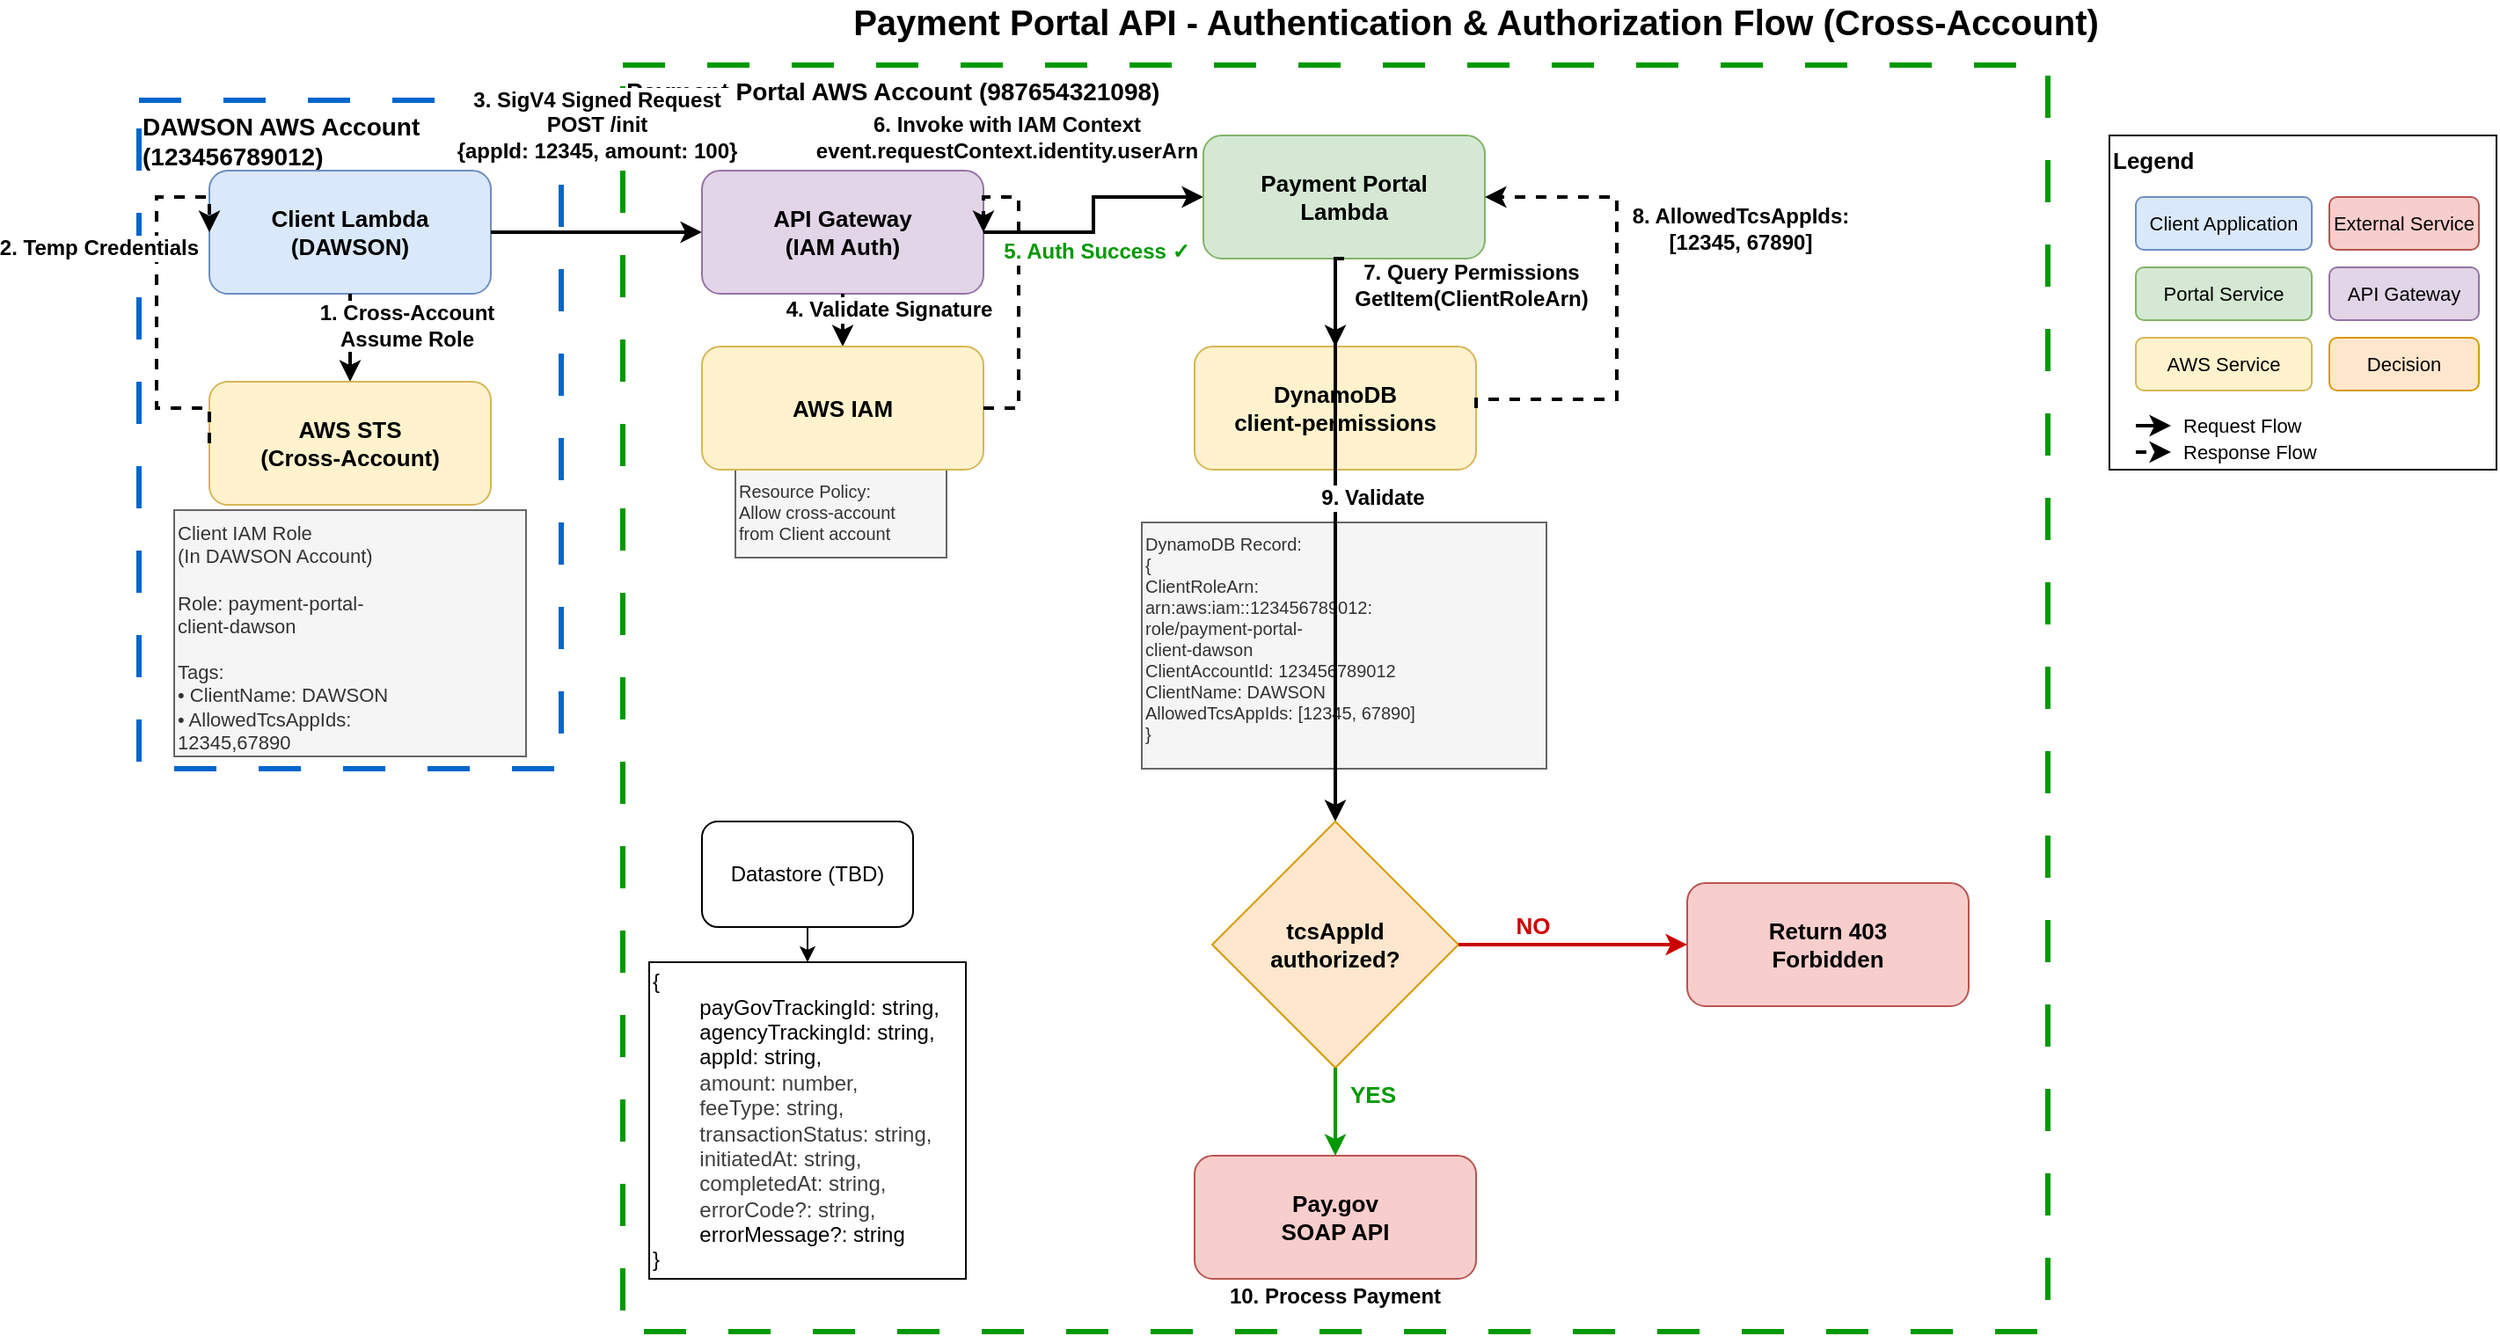
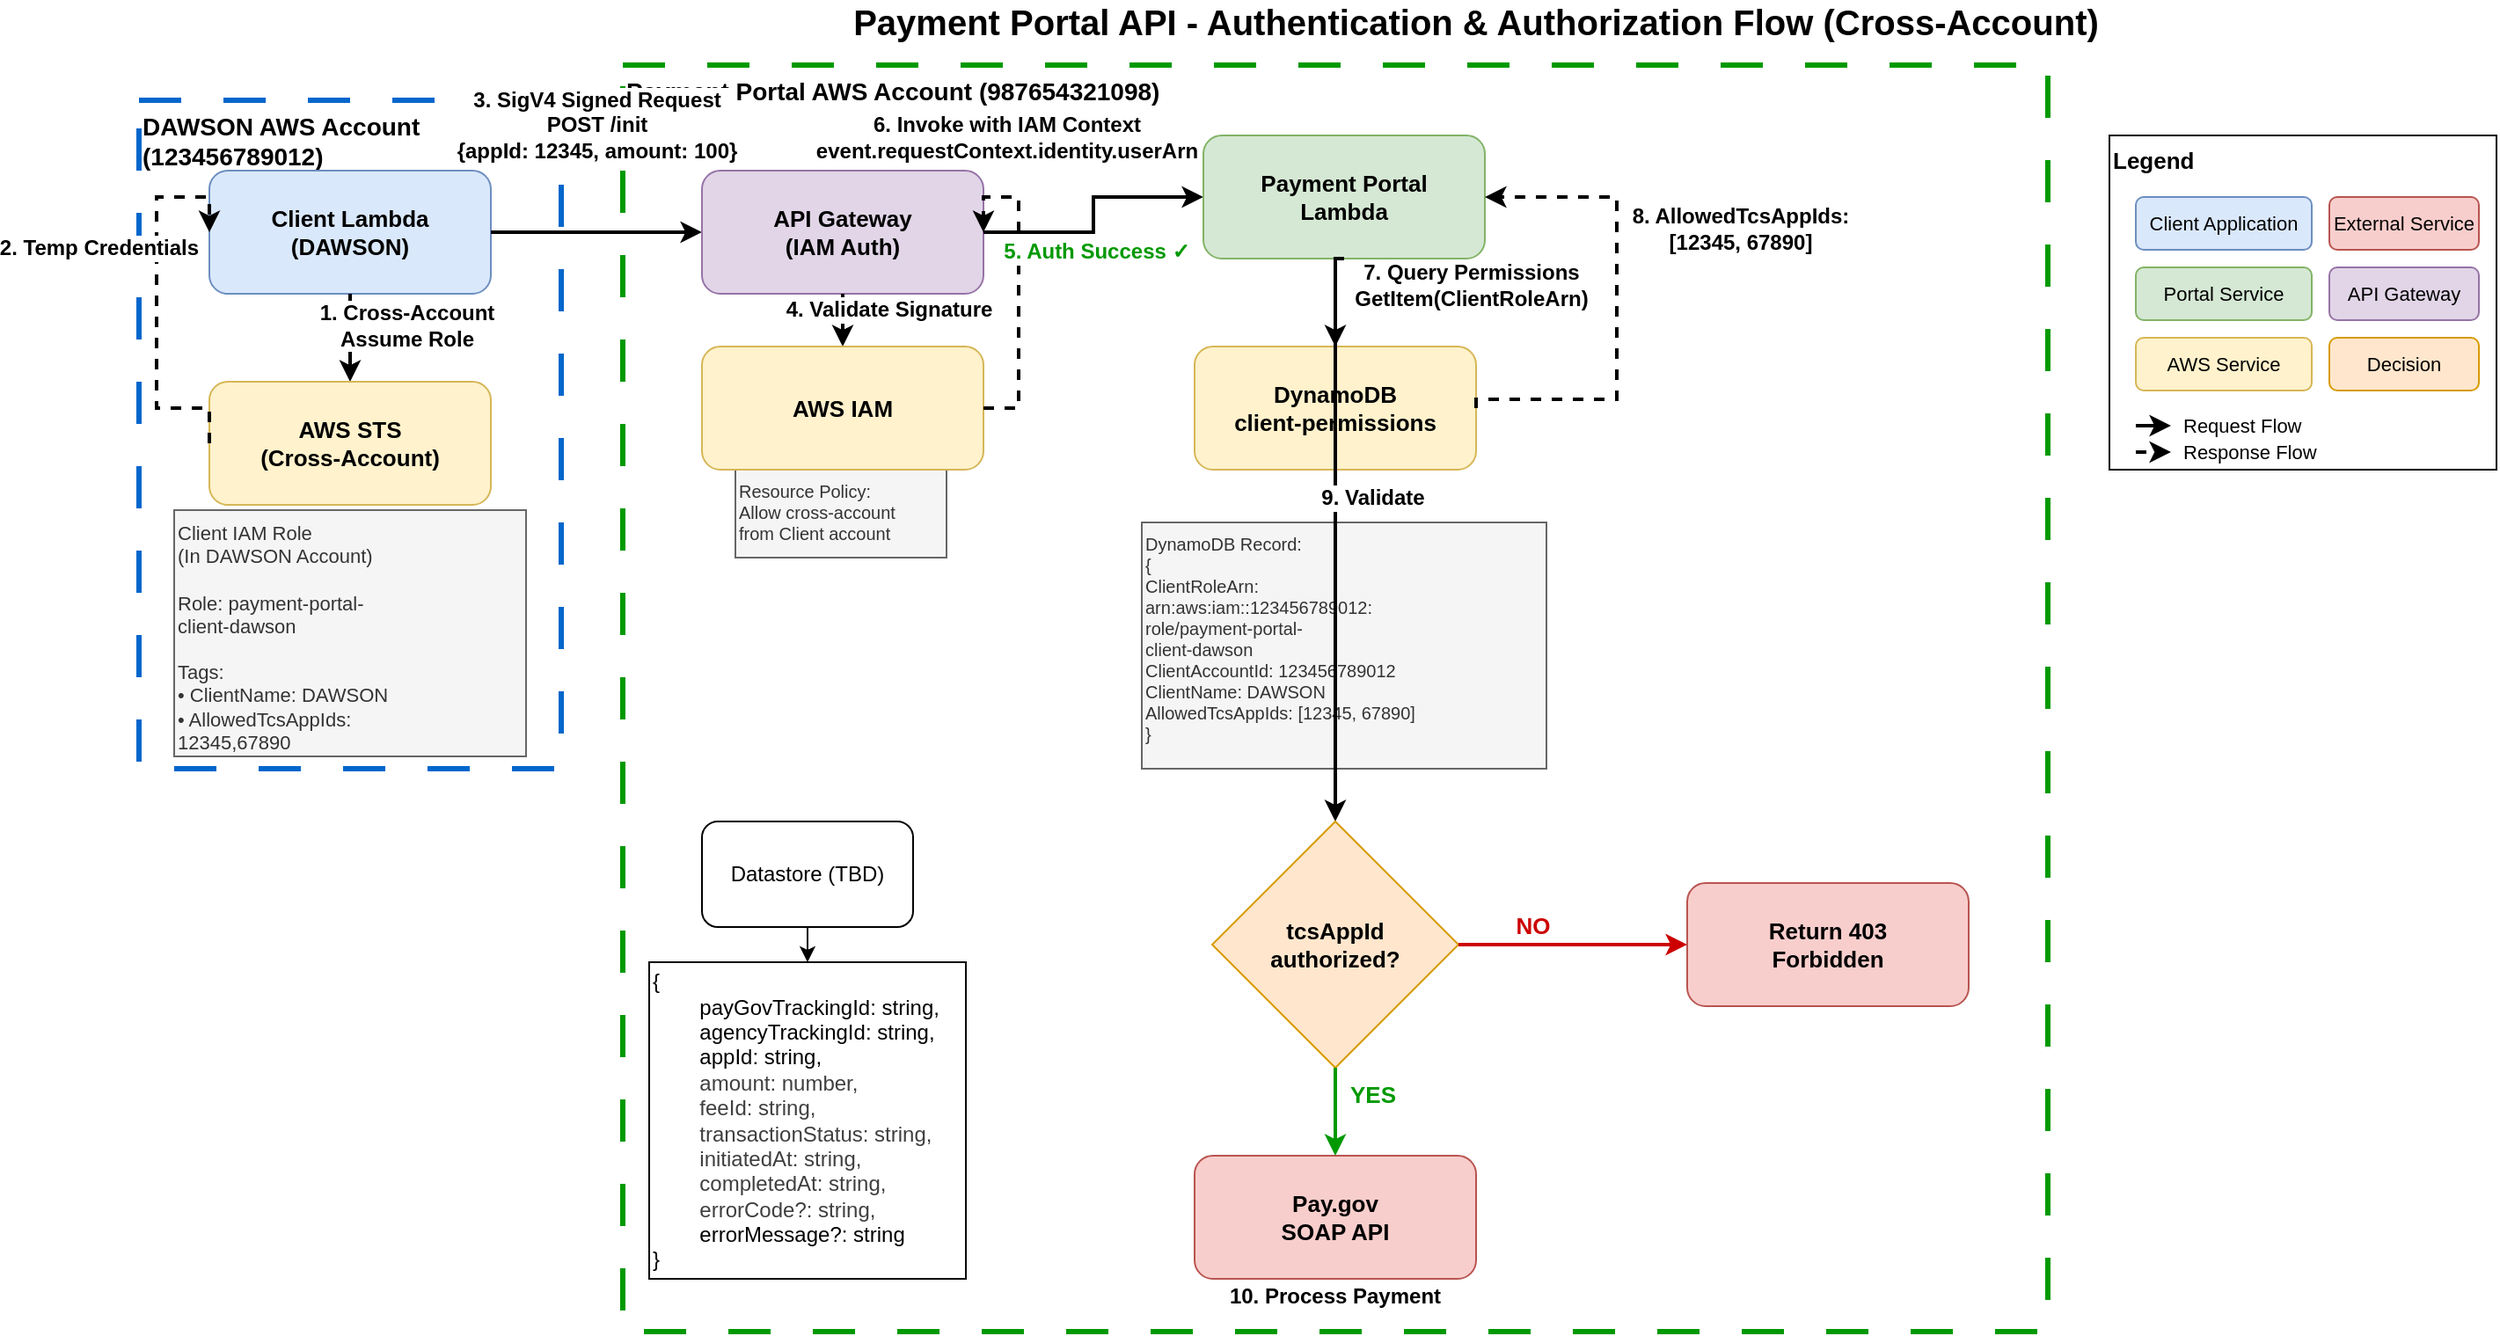
<mxfile host="65bd71144e">
    <diagram name="Authentication and Authorization Flow" id="auth-flow">
-         <mxGraphModel dx="2290" dy="565" grid="1" gridSize="10" guides="1" tooltips="1" connect="1" arrows="1" fold="1" page="1" pageScale="1" pageWidth="1400" pageHeight="900" math="0" shadow="0">
+         <mxGraphModel dx="1885" dy="410" grid="1" gridSize="10" guides="1" tooltips="1" connect="1" arrows="1" fold="1" page="1" pageScale="1" pageWidth="1400" pageHeight="900" math="0" shadow="0">
            <root>
                <mxCell id="0"/>
                <mxCell id="1" parent="0"/>
                <mxCell id="title" value="Payment Portal API - Authentication &amp; Authorization Flow (Cross-Account)" style="text;html=1;strokeColor=none;fillColor=none;align=center;verticalAlign=middle;whiteSpace=wrap;rounded=0;fontSize=20;fontStyle=1" parent="1" vertex="1">
                    <mxGeometry x="400" y="10" width="760" height="10" as="geometry"/>
                </mxCell>
                <mxCell id="dawson-account-boundary" value="DAWSON AWS Account (123456789012)" style="rounded=0;whiteSpace=wrap;html=1;fillColor=none;strokeColor=#0066CC;fontSize=14;fontStyle=1;align=left;verticalAlign=top;dashed=1;dashPattern=8 8;strokeWidth=3;" parent="1" vertex="1">
                    <mxGeometry x="20" y="60" width="240" height="380" as="geometry"/>
                </mxCell>
                <mxCell id="portal-account-boundary" value="Payment Portal AWS Account (987654321098)" style="rounded=0;whiteSpace=wrap;html=1;fillColor=none;strokeColor=#009900;fontSize=14;fontStyle=1;align=left;verticalAlign=top;dashed=1;dashPattern=8 8;strokeWidth=3;" parent="1" vertex="1">
                    <mxGeometry x="295" y="40" width="810" height="720" as="geometry"/>
                </mxCell>
                <mxCell id="client-lambda" value="Client Lambda&#xa;(DAWSON)" style="rounded=1;whiteSpace=wrap;html=1;fillColor=#dae8fc;strokeColor=#6c8ebf;fontSize=13;fontStyle=1;verticalAlign=middle;" parent="1" vertex="1">
                    <mxGeometry x="60" y="100" width="160" height="70" as="geometry"/>
                </mxCell>
                <mxCell id="step1-arrow" style="edgeStyle=orthogonalEdgeStyle;rounded=0;orthogonalLoop=1;jettySize=auto;html=1;strokeWidth=2;entryX=0.5;entryY=0;entryDx=0;entryDy=0;" parent="1" source="client-lambda" target="sts" edge="1">
                    <mxGeometry relative="1" as="geometry"/>
                </mxCell>
                <mxCell id="step1-label" value="1. Cross-Account&#xa;Assume Role" style="edgeLabel;html=1;align=center;verticalAlign=middle;resizable=0;points=[];fontSize=12;fontStyle=1;labelBackgroundColor=#ffffff;" parent="step1-arrow" vertex="1" connectable="0">
                    <mxGeometry x="-0.1" y="2" relative="1" as="geometry">
                        <mxPoint x="30" y="-5" as="offset"/>
                    </mxGeometry>
                </mxCell>
                <mxCell id="sts" value="AWS STS&#xa;(Cross-Account)" style="rounded=1;whiteSpace=wrap;html=1;fillColor=#fff2cc;strokeColor=#d6b656;fontSize=13;fontStyle=1;verticalAlign=middle;" parent="1" vertex="1">
                    <mxGeometry x="60" y="220" width="160" height="70" as="geometry"/>
                </mxCell>
                <mxCell id="step2-arrow" style="edgeStyle=orthogonalEdgeStyle;rounded=0;orthogonalLoop=1;jettySize=auto;html=1;strokeWidth=2;dashed=1;exitX=0;exitY=0.5;exitDx=0;exitDy=0;entryX=0;entryY=0.5;entryDx=0;entryDy=0;" parent="1" source="sts" target="client-lambda" edge="1">
                    <mxGeometry relative="1" as="geometry">
                        <Array as="points">
                            <mxPoint x="30" y="235"/>
                            <mxPoint x="30" y="115"/>
                        </Array>
                    </mxGeometry>
                </mxCell>
                <mxCell id="step2-label" value="2. Temp Credentials" style="edgeLabel;html=1;align=center;verticalAlign=middle;resizable=0;points=[];fontSize=12;fontStyle=1;labelBackgroundColor=#ffffff;" parent="step2-arrow" vertex="1" connectable="0">
                    <mxGeometry x="0.1" y="-2" relative="1" as="geometry">
                        <mxPoint x="-35" y="-20" as="offset"/>
                    </mxGeometry>
                </mxCell>
                <mxCell id="iam-role-box" value="Client IAM Role&#xa;(In DAWSON Account)&#xa;&#xa;Role: payment-portal-&#xa;client-dawson&#xa;&#xa;Tags:&#xa;• ClientName: DAWSON&#xa;• AllowedTcsAppIds:&#xa;  12345,67890" style="rounded=0;whiteSpace=wrap;html=1;fillColor=#f5f5f5;strokeColor=#666666;fontSize=11;align=left;verticalAlign=top;fontColor=#333333;" parent="1" vertex="1">
                    <mxGeometry x="40" y="293" width="200" height="140" as="geometry"/>
                </mxCell>
                <mxCell id="step3-arrow" style="edgeStyle=orthogonalEdgeStyle;rounded=0;orthogonalLoop=1;jettySize=auto;html=1;strokeWidth=2;exitX=1;exitY=0.5;exitDx=0;exitDy=0;entryX=0;entryY=0.5;entryDx=0;entryDy=0;" parent="1" source="client-lambda" target="api-gateway" edge="1">
                    <mxGeometry relative="1" as="geometry"/>
                </mxCell>
                <mxCell id="step3-label" value="3. SigV4 Signed Request&#xa;POST /init&#xa;{appId: 12345, amount: 100}" style="edgeLabel;html=1;align=center;verticalAlign=middle;resizable=0;points=[];fontSize=12;fontStyle=1;labelBackgroundColor=#ffffff;" parent="step3-arrow" vertex="1" connectable="0">
                    <mxGeometry x="-0.05" y="2" relative="1" as="geometry">
                        <mxPoint x="3" y="-59" as="offset"/>
                    </mxGeometry>
                </mxCell>
                <mxCell id="api-gateway" value="API Gateway&#xa;(IAM Auth)" style="rounded=1;whiteSpace=wrap;html=1;fillColor=#e1d5e7;strokeColor=#9673a6;fontSize=13;fontStyle=1;verticalAlign=middle;" parent="1" vertex="1">
                    <mxGeometry x="340" y="100" width="160" height="70" as="geometry"/>
                </mxCell>
                <mxCell id="api-gateway-policy" value="Resource Policy:&lt;br&gt;Allow cross-account&lt;br&gt;from Client account" style="rounded=0;whiteSpace=wrap;html=1;fillColor=#f5f5f5;strokeColor=#666666;fontSize=10;align=left;verticalAlign=top;fontColor=#333333;" parent="1" vertex="1">
                    <mxGeometry x="359" y="270" width="120" height="50" as="geometry"/>
                </mxCell>
                <mxCell id="step4-arrow" style="edgeStyle=orthogonalEdgeStyle;rounded=0;orthogonalLoop=1;jettySize=auto;html=1;strokeWidth=2;exitX=0.5;exitY=1;exitDx=0;exitDy=0;entryX=0.5;entryY=0;entryDx=0;entryDy=0;" parent="1" source="api-gateway" target="iam-service" edge="1">
                    <mxGeometry relative="1" as="geometry"/>
                </mxCell>
                <mxCell id="step4-label" value="4. Validate Signature" style="edgeLabel;html=1;align=center;verticalAlign=middle;resizable=0;points=[];fontSize=12;fontStyle=1;labelBackgroundColor=#ffffff;" parent="step4-arrow" vertex="1" connectable="0">
                    <mxGeometry x="-0.1" y="1" relative="1" as="geometry">
                        <mxPoint x="25" y="-5" as="offset"/>
                    </mxGeometry>
                </mxCell>
                <mxCell id="iam-service" value="AWS IAM" style="rounded=1;whiteSpace=wrap;html=1;fillColor=#fff2cc;strokeColor=#d6b656;fontSize=13;fontStyle=1;verticalAlign=middle;" parent="1" vertex="1">
                    <mxGeometry x="340" y="200" width="160" height="70" as="geometry"/>
                </mxCell>
                <mxCell id="step5-arrow" style="edgeStyle=orthogonalEdgeStyle;rounded=0;orthogonalLoop=1;jettySize=auto;html=1;strokeWidth=2;dashed=1;exitX=1;exitY=0.5;exitDx=0;exitDy=0;entryX=1;entryY=0.5;entryDx=0;entryDy=0;" parent="1" source="iam-service" target="api-gateway" edge="1">
                    <mxGeometry relative="1" as="geometry">
                        <Array as="points">
                            <mxPoint x="520" y="235"/>
                            <mxPoint x="520" y="115"/>
                        </Array>
                    </mxGeometry>
                </mxCell>
                <mxCell id="step5-label" value="5. Auth Success ✓" style="edgeLabel;html=1;align=center;verticalAlign=middle;resizable=0;points=[];fontSize=12;fontStyle=1;fontColor=#009900;labelBackgroundColor=#ffffff;" parent="step5-arrow" vertex="1" connectable="0">
                    <mxGeometry x="0.15" y="1" relative="1" as="geometry">
                        <mxPoint x="45" y="-6" as="offset"/>
                    </mxGeometry>
                </mxCell>
                <mxCell id="step6-arrow" style="edgeStyle=orthogonalEdgeStyle;rounded=0;orthogonalLoop=1;jettySize=auto;html=1;strokeWidth=2;exitX=1;exitY=0.5;exitDx=0;exitDy=0;entryX=0;entryY=0.5;entryDx=0;entryDy=0;" parent="1" source="api-gateway" target="portal-lambda" edge="1">
                    <mxGeometry relative="1" as="geometry"/>
                </mxCell>
                <mxCell id="step6-label" value="6. Invoke with IAM Context&#xa;event.requestContext.identity.userArn" style="edgeLabel;html=1;align=center;verticalAlign=middle;resizable=0;points=[];fontSize=12;fontStyle=1;labelBackgroundColor=#ffffff;" parent="step6-arrow" vertex="1" connectable="0">
                    <mxGeometry x="-0.05" y="2" relative="1" as="geometry">
                        <mxPoint x="-48" y="-48" as="offset"/>
                    </mxGeometry>
                </mxCell>
                <mxCell id="portal-lambda" value="Payment Portal&#xa;Lambda" style="rounded=1;whiteSpace=wrap;html=1;fillColor=#d5e8d4;strokeColor=#82b366;fontSize=13;fontStyle=1;verticalAlign=middle;" parent="1" vertex="1">
                    <mxGeometry x="625" y="80" width="160" height="70" as="geometry"/>
                </mxCell>
                <mxCell id="step7-arrow" style="edgeStyle=orthogonalEdgeStyle;rounded=0;orthogonalLoop=1;jettySize=auto;html=1;strokeWidth=2;exitX=0.5;exitY=1;exitDx=0;exitDy=0;entryX=0.5;entryY=0;entryDx=0;entryDy=0;" parent="1" source="portal-lambda" target="dynamodb" edge="1">
                    <mxGeometry relative="1" as="geometry">
                        <Array as="points">
                            <mxPoint x="700" y="150"/>
                        </Array>
                    </mxGeometry>
                </mxCell>
                <mxCell id="step7-label" value="7. Query Permissions&#xa;GetItem(ClientRoleArn)" style="edgeLabel;html=1;align=center;verticalAlign=middle;resizable=0;points=[];fontSize=12;fontStyle=1;labelBackgroundColor=#ffffff;" parent="step7-arrow" vertex="1" connectable="0">
                    <mxGeometry x="-0.1" y="2" relative="1" as="geometry">
                        <mxPoint x="75" y="-5" as="offset"/>
                    </mxGeometry>
                </mxCell>
                <mxCell id="dynamodb" value="DynamoDB&#xa;client-permissions" style="rounded=1;whiteSpace=wrap;html=1;fillColor=#fff2cc;strokeColor=#d6b656;fontSize=13;fontStyle=1;verticalAlign=middle;" parent="1" vertex="1">
                    <mxGeometry x="620" y="200" width="160" height="70" as="geometry"/>
                </mxCell>
                <mxCell id="step8-arrow" style="edgeStyle=orthogonalEdgeStyle;rounded=0;orthogonalLoop=1;jettySize=auto;html=1;strokeWidth=2;dashed=1;exitX=1;exitY=0.5;exitDx=0;exitDy=0;entryX=1;entryY=0.5;entryDx=0;entryDy=0;" parent="1" source="dynamodb" target="portal-lambda" edge="1">
                    <mxGeometry relative="1" as="geometry">
                        <Array as="points">
                            <mxPoint x="780" y="230"/>
                            <mxPoint x="860" y="230"/>
                            <mxPoint x="860" y="115"/>
                        </Array>
                    </mxGeometry>
                </mxCell>
                <mxCell id="step8-label" value="8. AllowedTcsAppIds:&#xa;[12345, 67890]" style="edgeLabel;html=1;align=center;verticalAlign=middle;resizable=0;points=[];fontSize=12;fontStyle=1;labelBackgroundColor=#ffffff;" parent="step8-arrow" vertex="1" connectable="0">
                    <mxGeometry x="0.15" y="1" relative="1" as="geometry">
                        <mxPoint x="71" y="-24" as="offset"/>
                    </mxGeometry>
                </mxCell>
                <mxCell id="dynamodb-details" value="DynamoDB Record:&#xa;{&#xa;  ClientRoleArn:&#xa;    arn:aws:iam::123456789012:&#xa;    role/payment-portal-&#xa;    client-dawson&#xa;  ClientAccountId: 123456789012&#xa;  ClientName: DAWSON&#xa;  AllowedTcsAppIds: [12345, 67890]&#xa;}" style="rounded=0;whiteSpace=wrap;html=1;fillColor=#f5f5f5;strokeColor=#666666;fontSize=10;align=left;verticalAlign=top;fontColor=#333333;" parent="1" vertex="1">
                    <mxGeometry x="590" y="300" width="230" height="140" as="geometry"/>
                </mxCell>
                <mxCell id="step9-arrow" style="edgeStyle=orthogonalEdgeStyle;rounded=0;orthogonalLoop=1;jettySize=auto;html=1;strokeWidth=2;exitX=0.5;exitY=1;exitDx=0;exitDy=0;entryX=0.5;entryY=0;entryDx=0;entryDy=0;" parent="1" edge="1">
                    <mxGeometry relative="1" as="geometry">
                        <Array as="points">
                            <mxPoint x="700" y="150"/>
                        </Array>
                        <mxPoint x="705" y="150" as="sourcePoint"/>
                        <mxPoint x="700" y="470" as="targetPoint"/>
                    </mxGeometry>
                </mxCell>
                <mxCell id="step9-label" value="9. Validate" style="edgeLabel;html=1;align=center;verticalAlign=middle;resizable=0;points=[];fontSize=12;fontStyle=1;labelBackgroundColor=#ffffff;" parent="step9-arrow" vertex="1" connectable="0">
                    <mxGeometry x="-0.75" y="1" relative="1" as="geometry">
                        <mxPoint x="20" y="100" as="offset"/>
                    </mxGeometry>
                </mxCell>
                <mxCell id="decision" value="tcsAppId&#xa;authorized?" style="rhombus;whiteSpace=wrap;html=1;fillColor=#ffe6cc;strokeColor=#d79b00;fontSize=13;fontStyle=1" parent="1" vertex="1">
                    <mxGeometry x="630" y="470" width="140" height="140" as="geometry"/>
                </mxCell>
                <mxCell id="paygov" value="Pay.gov&#xa;SOAP API" style="rounded=1;whiteSpace=wrap;html=1;fillColor=#f8cecc;strokeColor=#b85450;fontSize=13;fontStyle=1;verticalAlign=middle;" parent="1" vertex="1">
                    <mxGeometry x="620" y="660" width="160" height="70" as="geometry"/>
                </mxCell>
                <mxCell id="yes-arrow" style="edgeStyle=orthogonalEdgeStyle;rounded=0;orthogonalLoop=1;jettySize=auto;html=1;strokeWidth=2;strokeColor=#009900;exitX=0.5;exitY=1;exitDx=0;exitDy=0;entryX=0.5;entryY=0;entryDx=0;entryDy=0;" parent="1" source="decision" target="paygov" edge="1">
                    <mxGeometry relative="1" as="geometry"/>
                </mxCell>
                <mxCell id="yes-label" value="YES" style="edgeLabel;html=1;align=center;verticalAlign=middle;resizable=0;points=[];fontSize=13;fontStyle=1;fontColor=#009900;labelBackgroundColor=#ffffff;" parent="yes-arrow" vertex="1" connectable="0">
                    <mxGeometry x="-0.2" y="1" relative="1" as="geometry">
                        <mxPoint x="20" y="-5" as="offset"/>
                    </mxGeometry>
                </mxCell>
                <mxCell id="forbidden" value="Return 403&#xa;Forbidden" style="rounded=1;whiteSpace=wrap;html=1;fillColor=#f8cecc;strokeColor=#b85450;fontSize=13;fontStyle=1;verticalAlign=middle;" parent="1" vertex="1">
                    <mxGeometry x="900" y="505" width="160" height="70" as="geometry"/>
                </mxCell>
                <mxCell id="no-arrow" style="edgeStyle=orthogonalEdgeStyle;rounded=0;orthogonalLoop=1;jettySize=auto;html=1;strokeWidth=2;strokeColor=#CC0000;exitX=1;exitY=0.5;exitDx=0;exitDy=0;entryX=0;entryY=0.5;entryDx=0;entryDy=0;" parent="1" source="decision" target="forbidden" edge="1">
                    <mxGeometry relative="1" as="geometry"/>
                </mxCell>
                <mxCell id="no-label" value="NO" style="edgeLabel;html=1;align=center;verticalAlign=middle;resizable=0;points=[];fontSize=13;fontStyle=1;fontColor=#CC0000;labelBackgroundColor=#ffffff;" parent="no-arrow" vertex="1" connectable="0">
                    <mxGeometry x="-0.2" y="1" relative="1" as="geometry">
                        <mxPoint x="-10" y="-10" as="offset"/>
                    </mxGeometry>
                </mxCell>
                <mxCell id="step10-label" value="10. Process Payment" style="text;html=1;strokeColor=none;fillColor=none;align=center;verticalAlign=middle;whiteSpace=wrap;rounded=0;fontSize=12;fontStyle=1" parent="1" vertex="1">
                    <mxGeometry x="620" y="725" width="160" height="30" as="geometry"/>
                </mxCell>
                <mxCell id="legend-box" value="Legend" style="rounded=0;whiteSpace=wrap;html=1;fillColor=#ffffff;strokeColor=#000000;fontSize=13;fontStyle=1;align=left;verticalAlign=top" parent="1" vertex="1">
                    <mxGeometry x="1140" y="80" width="220" height="190" as="geometry"/>
                </mxCell>
                <mxCell id="legend-client" value="Client Application" style="rounded=1;whiteSpace=wrap;html=1;fillColor=#dae8fc;strokeColor=#6c8ebf;fontSize=11;verticalAlign=middle;" parent="1" vertex="1">
                    <mxGeometry x="1155" y="115" width="100" height="30" as="geometry"/>
                </mxCell>
                <mxCell id="legend-portal" value="Portal Service" style="rounded=1;whiteSpace=wrap;html=1;fillColor=#d5e8d4;strokeColor=#82b366;fontSize=11;verticalAlign=middle;" parent="1" vertex="1">
                    <mxGeometry x="1155" y="155" width="100" height="30" as="geometry"/>
                </mxCell>
                <mxCell id="legend-aws" value="AWS Service" style="rounded=1;whiteSpace=wrap;html=1;fillColor=#fff2cc;strokeColor=#d6b656;fontSize=11;verticalAlign=middle;" parent="1" vertex="1">
                    <mxGeometry x="1155" y="195" width="100" height="30" as="geometry"/>
                </mxCell>
                <mxCell id="legend-external" value="External Service" style="rounded=1;whiteSpace=wrap;html=1;fillColor=#f8cecc;strokeColor=#b85450;fontSize=11;verticalAlign=middle;" parent="1" vertex="1">
                    <mxGeometry x="1265" y="115" width="85" height="30" as="geometry"/>
                </mxCell>
                <mxCell id="legend-gateway" value="API Gateway" style="rounded=1;whiteSpace=wrap;html=1;fillColor=#e1d5e7;strokeColor=#9673a6;fontSize=11;verticalAlign=middle;" parent="1" vertex="1">
                    <mxGeometry x="1265" y="155" width="85" height="30" as="geometry"/>
                </mxCell>
                <mxCell id="legend-decision" value="Decision" style="rounded=1;whiteSpace=wrap;html=1;fillColor=#ffe6cc;strokeColor=#d79b00;fontSize=11;verticalAlign=middle;" parent="1" vertex="1">
                    <mxGeometry x="1265" y="195" width="85" height="30" as="geometry"/>
                </mxCell>
                <mxCell id="legend-solid" value="Request Flow" style="text;html=1;strokeColor=none;fillColor=none;align=left;verticalAlign=middle;whiteSpace=wrap;rounded=0;fontSize=11;" parent="1" vertex="1">
                    <mxGeometry x="1180" y="235" width="100" height="20" as="geometry"/>
                </mxCell>
                <mxCell id="legend-solid-line" value="" style="endArrow=classic;html=1;strokeWidth=2;fontSize=11;" parent="1" edge="1">
                    <mxGeometry width="50" height="50" relative="1" as="geometry">
                        <mxPoint x="1155" y="245" as="sourcePoint"/>
                        <mxPoint x="1175" y="245" as="targetPoint"/>
                    </mxGeometry>
                </mxCell>
                <mxCell id="legend-dashed" value="Response Flow" style="text;html=1;strokeColor=none;fillColor=none;align=left;verticalAlign=middle;whiteSpace=wrap;rounded=0;fontSize=11;" parent="1" vertex="1">
                    <mxGeometry x="1180" y="250" width="100" height="20" as="geometry"/>
                </mxCell>
                <mxCell id="legend-dashed-line" value="" style="endArrow=classic;html=1;strokeWidth=2;dashed=1;fontSize=11;" parent="1" edge="1">
                    <mxGeometry width="50" height="50" relative="1" as="geometry">
                        <mxPoint x="1155" y="260" as="sourcePoint"/>
                        <mxPoint x="1175" y="260" as="targetPoint"/>
                    </mxGeometry>
                </mxCell>
                <mxCell id="4" style="edgeStyle=none;html=1;" parent="1" source="2" target="3" edge="1">
                    <mxGeometry relative="1" as="geometry"/>
                </mxCell>
                <mxCell id="2" value="Datastore (TBD)" style="rounded=1;whiteSpace=wrap;html=1;" parent="1" vertex="1">
                    <mxGeometry x="340" y="470" width="120" height="60" as="geometry"/>
                </mxCell>
-                 <mxCell id="3" value="{&lt;div&gt;&lt;span style=&quot;white-space: pre;&quot;&gt;&#x9;&lt;/span&gt;payGovTrackingId: string,&lt;br&gt;&lt;/div&gt;&lt;div&gt;&lt;span style=&quot;white-space: pre;&quot;&gt;&#x9;&lt;/span&gt;agencyTrackingId: string,&lt;br&gt;&lt;/div&gt;&lt;div&gt;&lt;span style=&quot;white-space: pre;&quot;&gt;&#x9;&lt;/span&gt;appId: string,&lt;br&gt;&lt;/div&gt;&lt;div&gt;&lt;span style=&quot;color: rgb(63, 63, 63); background-color: transparent; white-space: pre;&quot;&gt;&lt;span style=&quot;white-space: pre;&quot;&gt;&#x9;&lt;/span&gt;amount: number,&lt;/span&gt;&lt;/div&gt;&lt;div&gt;&lt;span style=&quot;color: rgb(63, 63, 63); background-color: transparent; white-space: pre;&quot;&gt;&lt;span style=&quot;white-space: pre;&quot;&gt;&#x9;&lt;/span&gt;feeType: string,&lt;/span&gt;&lt;/div&gt;&lt;div&gt;&lt;span style=&quot;color: rgb(63, 63, 63); background-color: transparent; white-space: pre;&quot;&gt;&lt;span style=&quot;white-space: pre;&quot;&gt;&#x9;&lt;/span&gt;transactionStatus: string,&lt;/span&gt;&lt;/div&gt;&lt;div&gt;&lt;span style=&quot;color: rgb(63, 63, 63); background-color: transparent; white-space: pre;&quot;&gt;&lt;span style=&quot;white-space: pre;&quot;&gt;&#x9;&lt;/span&gt;initiatedAt: string,&lt;/span&gt;&lt;/div&gt;&lt;div&gt;&lt;span style=&quot;color: rgb(63, 63, 63); background-color: transparent; white-space: pre;&quot;&gt;&lt;span style=&quot;white-space: pre;&quot;&gt;&#x9;&lt;/span&gt;completedAt: string,&lt;br&gt;&lt;/span&gt;&lt;/div&gt;&lt;div&gt;&lt;span style=&quot;color: rgb(63, 63, 63); background-color: transparent; white-space: pre;&quot;&gt;&lt;span style=&quot;white-space: pre;&quot;&gt;&#x9;&lt;/span&gt;errorCode?: string,&lt;br&gt;&lt;/span&gt;&lt;/div&gt;&lt;div&gt;&lt;span style=&quot;white-space: pre;&quot;&gt;&#x9;&lt;/span&gt;errorMessage?: string&lt;br&gt;&lt;/div&gt;&lt;div&gt;&lt;span style=&quot;white-space: pre;&quot;&gt;}&lt;/span&gt;&lt;/div&gt;" style="whiteSpace=wrap;html=1;aspect=fixed;align=left;" parent="1" vertex="1">
+                 <mxCell id="3" value="{&lt;div&gt;&lt;span style=&quot;white-space: pre;&quot;&gt;&#x9;&lt;/span&gt;payGovTrackingId: string,&lt;br&gt;&lt;/div&gt;&lt;div&gt;&lt;span style=&quot;white-space: pre;&quot;&gt;&#x9;&lt;/span&gt;agencyTrackingId: string,&lt;br&gt;&lt;/div&gt;&lt;div&gt;&lt;span style=&quot;white-space: pre;&quot;&gt;&#x9;&lt;/span&gt;appId: string,&lt;br&gt;&lt;/div&gt;&lt;div&gt;&lt;span style=&quot;color: rgb(63, 63, 63); background-color: transparent; white-space: pre;&quot;&gt;&lt;span style=&quot;white-space: pre;&quot;&gt;&#x9;&lt;/span&gt;amount: number,&lt;/span&gt;&lt;/div&gt;&lt;div&gt;&lt;span style=&quot;color: rgb(63, 63, 63); background-color: transparent; white-space: pre;&quot;&gt;&lt;span style=&quot;white-space: pre;&quot;&gt;&#x9;&lt;/span&gt;feeId: string,&lt;/span&gt;&lt;/div&gt;&lt;div&gt;&lt;span style=&quot;color: rgb(63, 63, 63); background-color: transparent; white-space: pre;&quot;&gt;&lt;span style=&quot;white-space: pre;&quot;&gt;&#x9;&lt;/span&gt;transactionStatus: string,&lt;/span&gt;&lt;/div&gt;&lt;div&gt;&lt;span style=&quot;color: rgb(63, 63, 63); background-color: transparent; white-space: pre;&quot;&gt;&lt;span style=&quot;white-space: pre;&quot;&gt;&#x9;&lt;/span&gt;initiatedAt: string,&lt;/span&gt;&lt;/div&gt;&lt;div&gt;&lt;span style=&quot;color: rgb(63, 63, 63); background-color: transparent; white-space: pre;&quot;&gt;&lt;span style=&quot;white-space: pre;&quot;&gt;&#x9;&lt;/span&gt;completedAt: string,&lt;br&gt;&lt;/span&gt;&lt;/div&gt;&lt;div&gt;&lt;span style=&quot;color: rgb(63, 63, 63); background-color: transparent; white-space: pre;&quot;&gt;&lt;span style=&quot;white-space: pre;&quot;&gt;&#x9;&lt;/span&gt;errorCode?: string,&lt;br&gt;&lt;/span&gt;&lt;/div&gt;&lt;div&gt;&lt;span style=&quot;white-space: pre;&quot;&gt;&#x9;&lt;/span&gt;errorMessage?: string&lt;br&gt;&lt;/div&gt;&lt;div&gt;&lt;span style=&quot;white-space: pre;&quot;&gt;}&lt;/span&gt;&lt;/div&gt;" style="whiteSpace=wrap;html=1;aspect=fixed;align=left;" parent="1" vertex="1">
                    <mxGeometry x="310" y="550" width="180" height="180" as="geometry"/>
                </mxCell>
            </root>
        </mxGraphModel>
    </diagram>
</mxfile>
